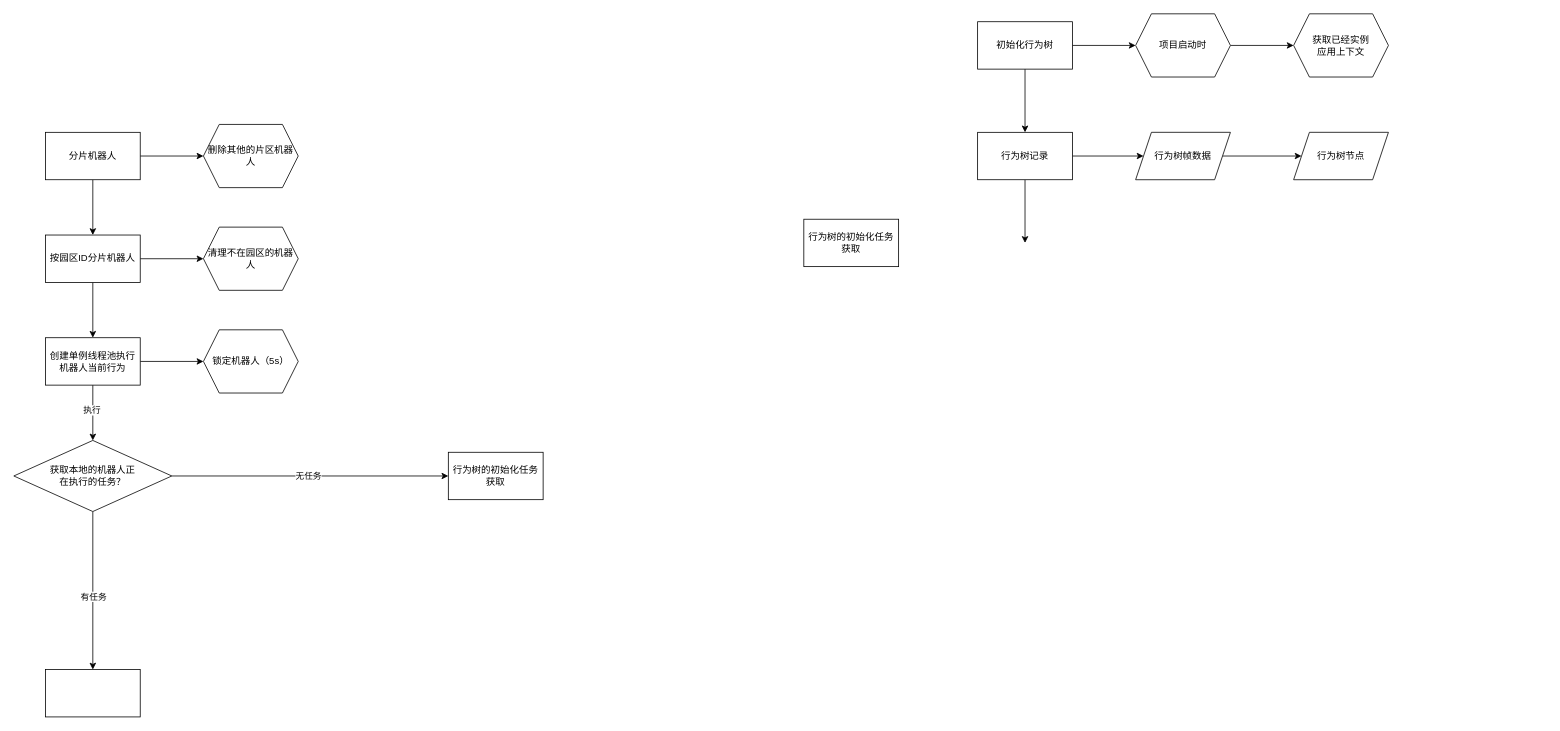
Above: drawio/行为树.drawio in loong-huangyu/word (draw.io), before the change. Source tidied: cells renumbered, new cells numbered last; positions are measured from the earlier drawing's top-left corner, leaving out a move shared by most shapes. Both pictures are drawn from the tidied source at 79%, with x=0, y=0 at pixel (13, 13).
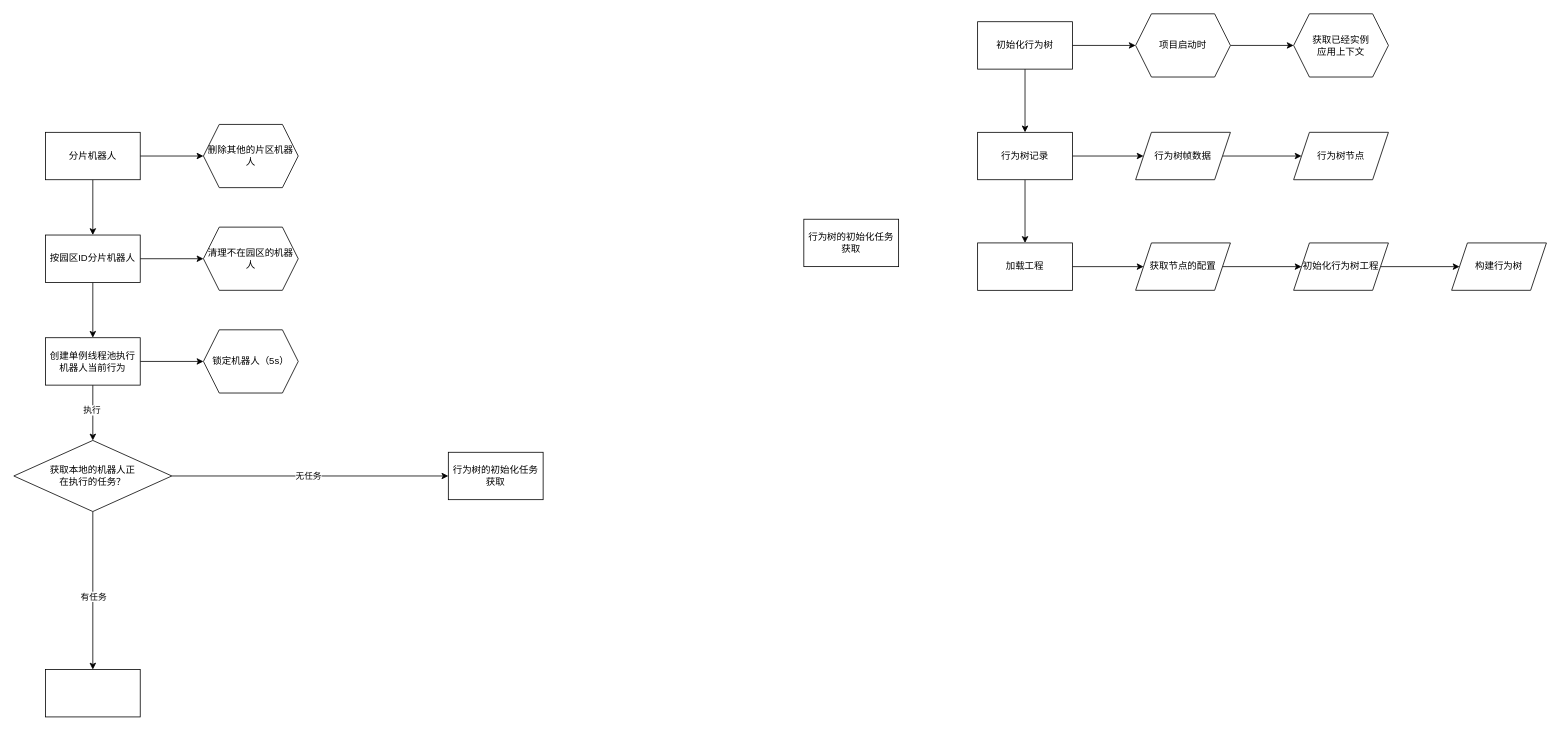
After the change.

The change refers to these unchanged cells:
```xml
<mxCell id="31" value="行为树记录" style="whiteSpace=wrap;html=1;" parent="1" vertex="1">
  <mxGeometry x="1220" y="150" width="120" height="60" as="geometry" />
</mxCell>
```

Change to the diagram source:
```diff
@@
-    <mxCell id="29" style="edgeStyle=none;html=1;" parent="1" edge="1" source="31">
-      <mxGeometry relative="1" as="geometry">
-        <mxPoint x="1280" y="290" as="targetPoint" />
-      </mxGeometry>
-    </mxCell>
@@
+    <mxCell id="35" style="edgeStyle=none;html=1;" parent="1" edge="1" source="31" target="37">
+      <mxGeometry relative="1" as="geometry" />
+    </mxCell>
@@
+    <mxCell id="36" style="edgeStyle=none;html=1;" parent="1" edge="1" source="37" target="39">
+      <mxGeometry relative="1" as="geometry" />
+    </mxCell>
+    <mxCell id="37" value="加载工程" style="whiteSpace=wrap;html=1;" parent="1" vertex="1">
+      <mxGeometry x="1220" y="290" width="120" height="60" as="geometry" />
+    </mxCell>
+    <mxCell id="38" style="edgeStyle=none;html=1;" parent="1" edge="1" source="39" target="41">
+      <mxGeometry relative="1" as="geometry" />
+    </mxCell>
+    <mxCell id="39" value="获取节点的配置" style="shape=parallelogram;perimeter=parallelogramPerimeter;whiteSpace=wrap;html=1;fixedSize=1;" parent="1" vertex="1">
+      <mxGeometry x="1420" y="290" width="120" height="60" as="geometry" />
+    </mxCell>
+    <mxCell id="40" style="edgeStyle=none;html=1;" parent="1" edge="1" source="41" target="42">
+      <mxGeometry relative="1" as="geometry" />
+    </mxCell>
+    <mxCell id="41" value="初始化行为树工程" style="shape=parallelogram;perimeter=parallelogramPerimeter;whiteSpace=wrap;html=1;fixedSize=1;" parent="1" vertex="1">
+      <mxGeometry x="1620" y="290" width="120" height="60" as="geometry" />
+    </mxCell>
+    <mxCell id="42" value="构建行为树" style="shape=parallelogram;perimeter=parallelogramPerimeter;whiteSpace=wrap;html=1;fixedSize=1;" parent="1" vertex="1">
+      <mxGeometry x="1820" y="290" width="120" height="60" as="geometry" />
+    </mxCell>
```
